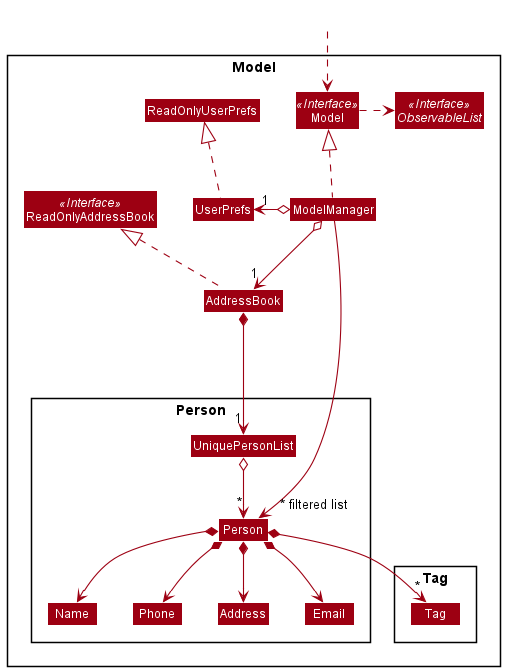
Earlier version of the PlantUML export docs/images/ModelClassDiagram.png (nus-cs2103-AY2021S2/tp).
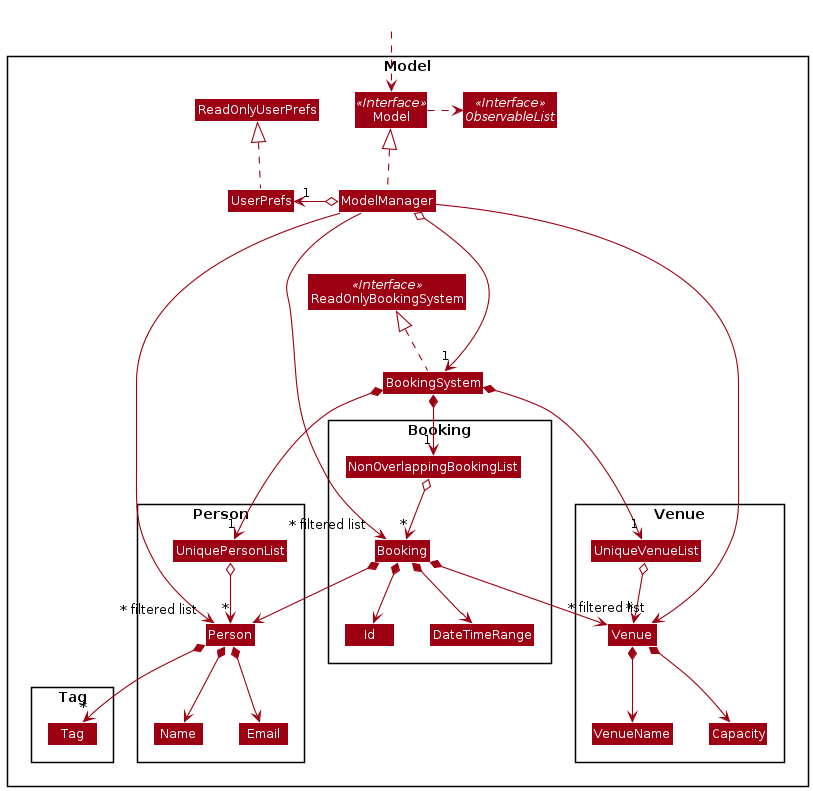
The same file after the commit.

What changed in the source:
```diff
@@ -5,11 +5,11 @@
 skinparam classBackgroundColor MODEL_COLOR
 
 Package Model <<Rectangle>>{
-Interface ReadOnlyAddressBook <<Interface>>
+Interface ReadOnlyBookingSystem <<Interface>>
 Interface Model <<Interface>>
 Interface ObservableList <<Interface>>
-Class AddressBook
-Class ReadOnlyAddressBook
+Class BookingSystem
+Class ReadOnlyBookingSystem
 Class Model
 Class ModelManager
 Class UserPrefs
@@ -17,40 +17,67 @@
 
 Package Person {
 Class Person
-Class Address
 Class Email
 Class Name
-Class Phone
 Class UniquePersonList
 }
 
 Package Tag {
 Class Tag
 }
+
+Package Booking {
+Class Booking
+Class Id
+Class DateTimeRange
+Class NonOverlappingBookingList
 }
 
+Package Venue {
+Class Venue
+Class VenueName
+Class Capacity
+Class UniqueVenueList
+}
+
+}
 Class HiddenOutside #FFFFFF
 HiddenOutside ..> Model
 
-AddressBook .up.|> ReadOnlyAddressBook
+BookingSystem .up.|> ReadOnlyBookingSystem
 
 ModelManager .up.|> Model
 Model .right.> ObservableList
-ModelManager o--> "1" AddressBook
+ModelManager o--> "1" BookingSystem
 ModelManager o-left-> "1" UserPrefs
 UserPrefs .up.|> ReadOnlyUserPrefs
 
-AddressBook *--> "1" UniquePersonList
+BookingSystem *--> "1" UniquePersonList
 UniquePersonList o--> "*" Person
 Person *--> Name
-Person *--> Phone
 Person *--> Email
-Person *--> Address
 Person *--> "*" Tag
 
-Name -[hidden]right-> Phone
-Phone -[hidden]right-> Address
-Address -[hidden]right-> Email
+Name -[hidden]right-> Email
+
+BookingSystem *--> "1" NonOverlappingBookingList
+NonOverlappingBookingList o--> "*" Booking
+Booking *--> Person
+Booking *--> Venue
+Booking *--> DateTimeRange
+Booking *--> Id
+
+Person -[hidden]right-> Venue
+Venue -[hidden]right-> Id
+
+BookingSystem *--> "1" UniqueVenueList
+UniqueVenueList o--> "*" Venue
+Venue *--> VenueName
+Venue *--> Capacity
+
+VenueName -[hidden]right-> Capacity
 
 ModelManager ----->" ~* filtered list" Person
+ModelManager ----->" ~* filtered list" Booking
+ModelManager ----->" ~* filtered list" Venue
 @enduml
```
